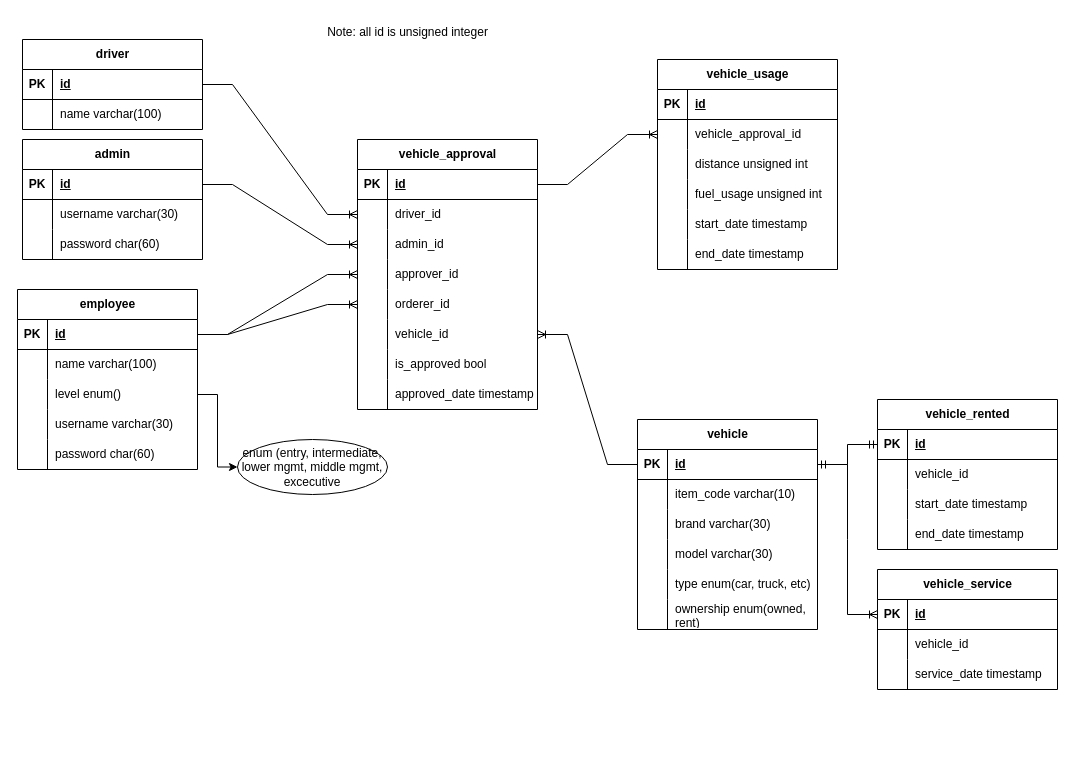
Earlier version of the draw.io diagram page "erd" (1 of 2) of docs/erd.drawio (fajaralfa/vehicle-reservations). Source tidied: cells renumbered, new cells numbered last; positions are measured from the earlier drawing's top-left corner, leaving out a move shared by most shapes. Both pictures are drawn from the tidied source at 100%, with x=0, y=0 at pixel (17, 17).
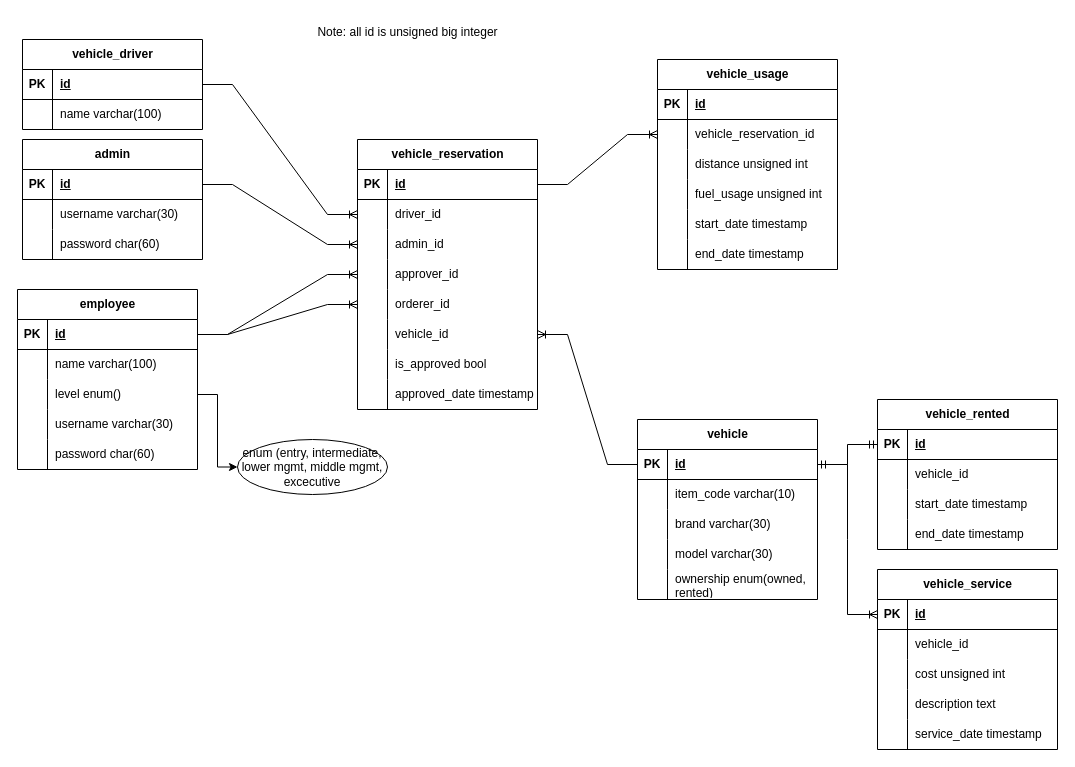
Above is the later version.

The change refers to these unchanged cells:
```xml
<mxCell id="42" style="shape=tableRow;horizontal=0;startSize=0;swimlaneHead=0;swimlaneBody=0;fillColor=none;points=[[0,0.5],[1,0.5]];portConstraint=eastwest;top=0;left=0;right=0;bottom=0;" parent="38" vertex="1">
  <mxGeometry y="60" width="180" height="30" as="geometry" />
</mxCell>
```

What changed in the source:
```diff
@@
     <mxCell id="12" value="vehicle" style="shape=table;startSize=30;childLayout=tableLayout;rowLines=0;fontStyle=1;align=center;html=1;" parent="1" vertex="1">
-      <mxGeometry x="620" y="402" width="180" height="210" as="geometry" />
+      <mxGeometry x="620" y="402" width="180" height="180" as="geometry" />
     </mxCell>
@@
-    <mxCell id="25" style="shape=tableRow;horizontal=0;startSize=0;swimlaneHead=0;swimlaneBody=0;fillColor=none;top=0;left=0;right=0;bottom=0;" parent="12" vertex="1">
-      <mxGeometry y="150" width="180" height="30" as="geometry" />
-    </mxCell>
-    <mxCell id="26" style="shape=partialRectangle;fillColor=none;top=0;left=0;bottom=0;right=0;overflow=hidden;whiteSpace=wrap;html=1;" parent="25" vertex="1">
-      <mxGeometry width="30" height="30" as="geometry" />
-    </mxCell>
-    <mxCell id="27" value="type enum(car, truck, etc)" style="shape=partialRectangle;fillColor=none;top=0;left=0;bottom=0;right=0;align=left;spacingLeft=6;overflow=hidden;whiteSpace=wrap;html=1;" parent="25" vertex="1">
-      <mxGeometry x="30" width="150" height="30" as="geometry" />
-    </mxCell>
     <mxCell id="28" style="shape=tableRow;horizontal=0;startSize=0;swimlaneHead=0;swimlaneBody=0;fillColor=none;top=0;left=0;right=0;bottom=0;" parent="12" vertex="1">
-      <mxGeometry y="180" width="180" height="30" as="geometry" />
+      <mxGeometry y="150" width="180" height="30" as="geometry" />
     </mxCell>
@@
-    <mxCell id="30" value="ownership enum(owned, rent)" style="shape=partialRectangle;fillColor=none;top=0;left=0;bottom=0;right=0;align=left;spacingLeft=6;overflow=hidden;whiteSpace=wrap;html=1;" parent="28" vertex="1">
+    <mxCell id="30" value="ownership enum(owned, rented)" style="shape=partialRectangle;fillColor=none;top=0;left=0;bottom=0;right=0;align=left;spacingLeft=6;overflow=hidden;whiteSpace=wrap;html=1;" parent="28" vertex="1">
       <mxGeometry x="30" width="150" height="30" as="geometry" />
     </mxCell>
-    <mxCell id="31" value="driver" style="shape=table;startSize=30;childLayout=tableLayout;rowLines=0;fontStyle=1;align=center;html=1;" parent="1" vertex="1">
+    <mxCell id="31" value="vehicle_driver" style="shape=table;startSize=30;childLayout=tableLayout;rowLines=0;fontStyle=1;align=center;html=1;" parent="1" vertex="1">
       <mxGeometry x="5" y="22" width="180" height="90" as="geometry" />
     </mxCell>
@@
-    <mxCell id="44" value="vehicle_approval_id" style="shape=partialRectangle;fillColor=none;top=0;left=0;bottom=0;right=0;align=left;spacingLeft=6;overflow=hidden;whiteSpace=wrap;html=1;" parent="42" vertex="1">
+    <mxCell id="44" value="vehicle_reservation_id" style="shape=partialRectangle;fillColor=none;top=0;left=0;bottom=0;right=0;align=left;spacingLeft=6;overflow=hidden;whiteSpace=wrap;html=1;" parent="42" vertex="1">
       <mxGeometry x="30" width="150" height="30" as="geometry" />
     </mxCell>
@@
     <mxCell id="70" value="vehicle_service" style="shape=table;startSize=30;childLayout=tableLayout;rowLines=0;fontStyle=1;align=center;html=1;" parent="1" vertex="1">
-      <mxGeometry x="860" y="552" width="180" height="120" as="geometry" />
+      <mxGeometry x="860" y="552" width="180" height="180" as="geometry" />
     </mxCell>
@@
+    <mxCell id="132" style="shape=tableRow;horizontal=0;startSize=0;swimlaneHead=0;swimlaneBody=0;fillColor=none;top=0;left=0;right=0;bottom=0;" parent="70" vertex="1">
+      <mxGeometry y="90" width="180" height="30" as="geometry" />
+    </mxCell>
+    <mxCell id="133" style="shape=partialRectangle;fillColor=none;top=0;left=0;bottom=0;right=0;overflow=hidden;whiteSpace=wrap;html=1;" parent="132" vertex="1">
+      <mxGeometry width="30" height="30" as="geometry" />
+    </mxCell>
+    <mxCell id="134" value="cost unsigned int" style="shape=partialRectangle;fillColor=none;top=0;left=0;bottom=0;right=0;align=left;spacingLeft=6;overflow=hidden;whiteSpace=wrap;html=1;" parent="132" vertex="1">
+      <mxGeometry x="30" width="150" height="30" as="geometry" />
+    </mxCell>
+    <mxCell id="135" style="shape=tableRow;horizontal=0;startSize=0;swimlaneHead=0;swimlaneBody=0;fillColor=none;top=0;left=0;right=0;bottom=0;" parent="70" vertex="1">
+      <mxGeometry y="120" width="180" height="30" as="geometry" />
+    </mxCell>
+    <mxCell id="136" style="shape=partialRectangle;fillColor=none;top=0;left=0;bottom=0;right=0;overflow=hidden;whiteSpace=wrap;html=1;" parent="135" vertex="1">
+      <mxGeometry width="30" height="30" as="geometry" />
+    </mxCell>
+    <mxCell id="137" value="description text" style="shape=partialRectangle;fillColor=none;top=0;left=0;bottom=0;right=0;align=left;spacingLeft=6;overflow=hidden;whiteSpace=wrap;html=1;" parent="135" vertex="1">
+      <mxGeometry x="30" width="150" height="30" as="geometry" />
+    </mxCell>
     <mxCell id="77" style="shape=tableRow;horizontal=0;startSize=0;swimlaneHead=0;swimlaneBody=0;fillColor=none;top=0;left=0;right=0;bottom=0;" parent="70" vertex="1">
-      <mxGeometry y="90" width="180" height="30" as="geometry" />
+      <mxGeometry y="150" width="180" height="30" as="geometry" />
     </mxCell>
@@
-    <mxCell id="82" value="vehicle_approval" style="shape=table;startSize=30;childLayout=tableLayout;rowLines=0;fontStyle=1;align=center;html=1;" parent="1" vertex="1">
+    <mxCell id="82" value="vehicle_reservation" style="shape=table;startSize=30;childLayout=tableLayout;rowLines=0;fontStyle=1;align=center;html=1;" parent="1" vertex="1">
       <mxGeometry x="340" y="122" width="180" height="270" as="geometry" />
     </mxCell>
@@
-    <mxCell id="129" value="Note: all id is unsigned integer" style="text;html=1;align=center;verticalAlign=middle;strokeColor=none;fillColor=none;" parent="1" vertex="1">
-      <mxGeometry x="300" width="180" height="30" as="geometry" />
+    <mxCell id="129" value="Note: all id is unsigned big integer" style="text;html=1;align=center;verticalAlign=middle;strokeColor=none;fillColor=none;" parent="1" vertex="1">
+      <mxGeometry x="290" width="200" height="30" as="geometry" />
     </mxCell>
```
